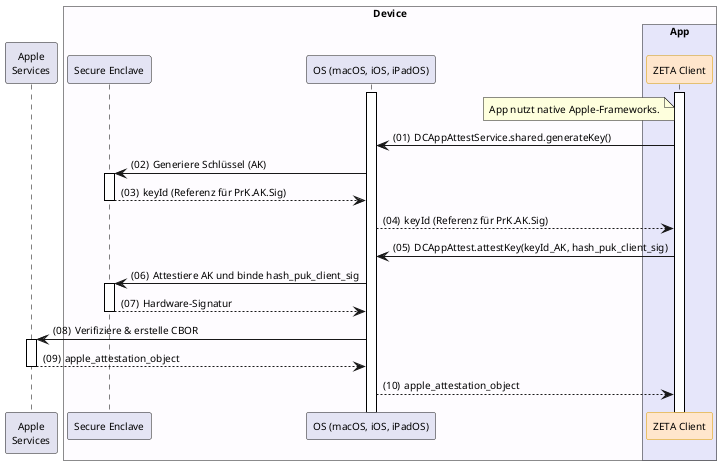
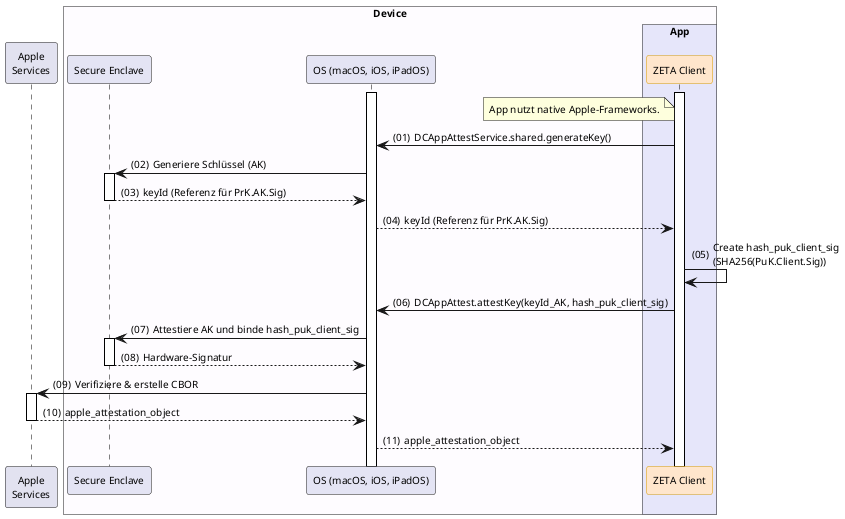
@startuml "key-preparation"
autonumber "(00)"
skinparam defaultFontSize 10
skinparam defaultFontName Helvetica
skinparam DefaultMonospacedFontName Courier
skinparam lengthAdjust none
skinparam sequenceReferenceBackgroundColor White
skinparam SequenceReferenceFontSize 12
skinparam sequenceMessageAlign left
hide stereotype

' Box colors
!define LEI_COLOR #GhostWhite
!define LEI_COMPONENT_COLOR #E4E4F4
!define PRIMAERSYSTEM_COLOR #Lavender
!define DEVICE_COLOR #fefcff

' Participant colors
<style>
sequenceDiagram {
  participant {
    .zeta {
      BackgroundColor #FFE6CC
      LineColor #D79B00
    }
  }
  lifeline {
    BackgroundColor White
    LineColor Black
  }
}
</style>

!pragma teoz true

participant "Apple\nServices" as Apple
box "Device" DEVICE_COLOR
  participant "Secure Enclave" as SE LEI_COMPONENT_COLOR
  participant "OS (macOS, iOS, iPadOS)" as AppleOS LEI_COMPONENT_COLOR
  box "App" PRIMAERSYSTEM_COLOR
    participant "ZETA Client" as Client <<zeta>>
  end box
end box

Client++
AppleOS++
note left of Client: App nutzt native Apple-Frameworks.

Client -> AppleOS: DCAppAttestService.shared.generateKey()
AppleOS -> SE++: Generiere Schlüssel (AK)
SE --> AppleOS--: keyId (Referenz für PrK.AK.Sig)
AppleOS --> Client: keyId (Referenz für PrK.AK.Sig)

+ Client -> Client: Create hash_puk_client_sig\n(SHA256(PuK.Client.Sig))
Client -> AppleOS: DCAppAttest.attestKey(keyId_AK, hash_puk_client_sig)
AppleOS -> SE++: Attestiere AK und binde hash_puk_client_sig
SE --> AppleOS--: Hardware-Signatur
AppleOS -> Apple++: Verifiziere & erstelle CBOR
Apple --> AppleOS--: apple_attestation_object
AppleOS --> Client: apple_attestation_object

@enduml